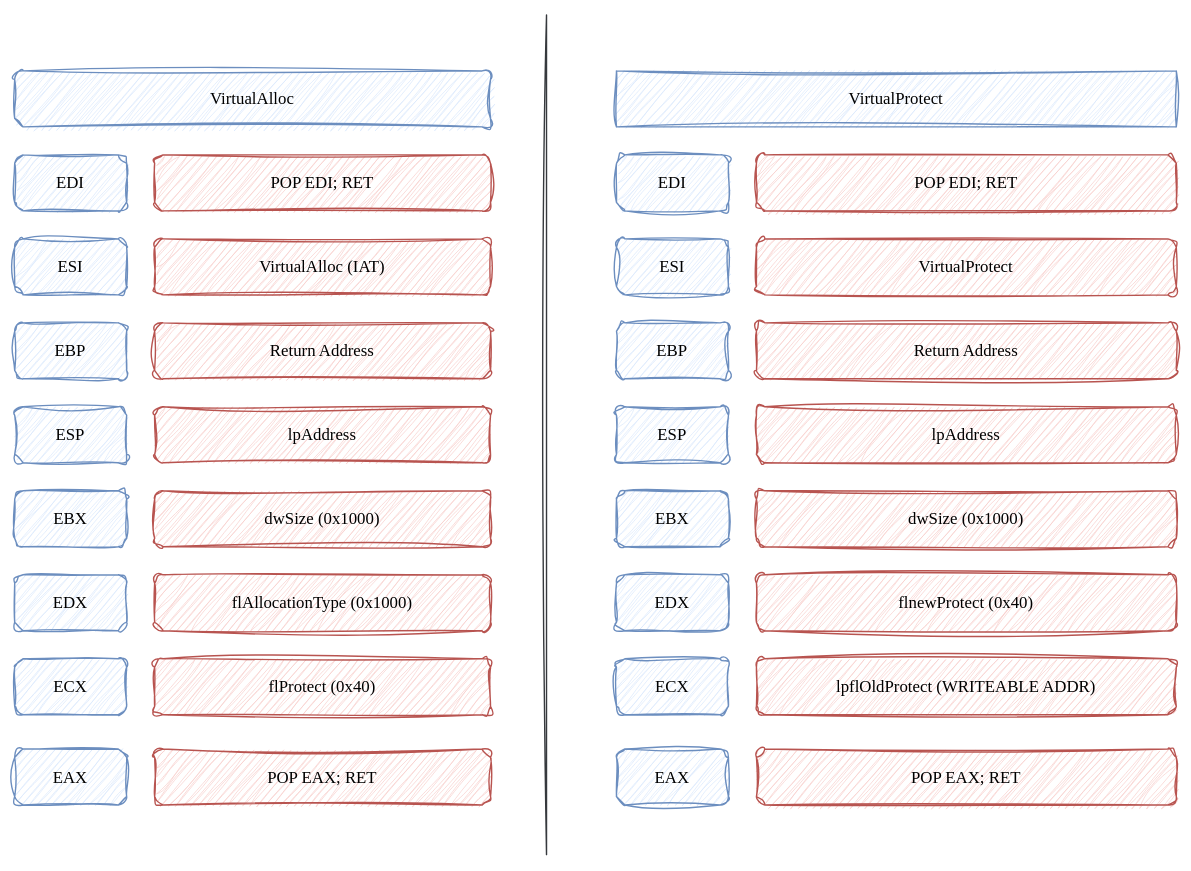
HusenjanDev/Quartz keeps this draw.io diagram as content/Projects/Exploit Development/Images/0007 Defeating-DEP-with-ROP-Chain-(Part-1)-02.svg. Above is the earlier version. Source tidied: cells renumbered, new cells last; positions are measured from the earlier drawing's top-left corner, leaving out a move shared by most shapes.
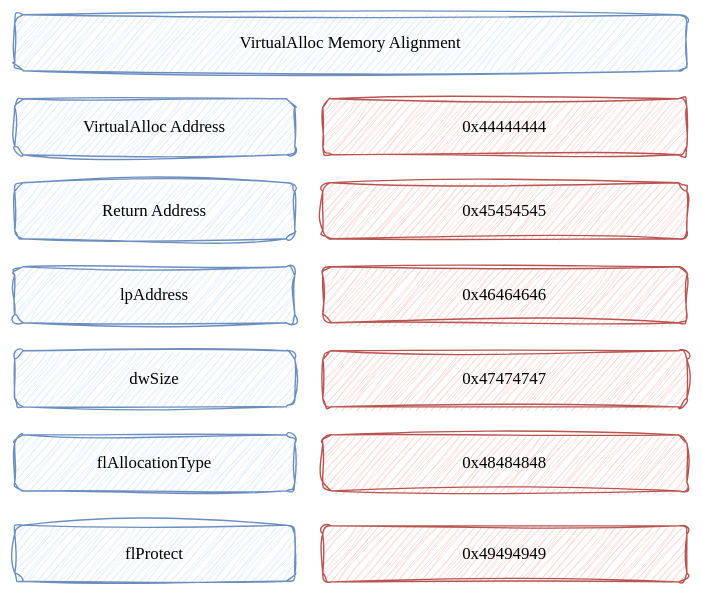
The same diagram one commit later.

What changed in the source:
```diff
@@ -2,113 +2,44 @@
   <root>
     <mxCell id="0" />
     <mxCell id="1" parent="0" />
-    <mxCell id="2" value="&lt;font face=&quot;Lucida Console&quot;&gt;VirtualAlloc (IAT)&lt;/font&gt;" style="rounded=1;whiteSpace=wrap;html=1;fillColor=#f8cecc;strokeColor=#b85450;sketch=1;curveFitting=1;jiggle=2;" parent="1" vertex="1">
-      <mxGeometry x="100" y="160" width="240" height="40" as="geometry" />
-    </mxCell>
-    <mxCell id="3" value="&lt;font face=&quot;Lucida Console&quot;&gt;Return Address&lt;/font&gt;" style="rounded=1;whiteSpace=wrap;html=1;fillColor=#f8cecc;strokeColor=#b85450;sketch=1;curveFitting=1;jiggle=2;" parent="1" vertex="1">
-      <mxGeometry x="100" y="220" width="240" height="40" as="geometry" />
-    </mxCell>
-    <mxCell id="4" value="&lt;font face=&quot;Lucida Console&quot;&gt;lpAddress&lt;/font&gt;" style="rounded=1;whiteSpace=wrap;html=1;fillColor=#f8cecc;strokeColor=#b85450;sketch=1;curveFitting=1;jiggle=2;" parent="1" vertex="1">
-      <mxGeometry x="100" y="280" width="240" height="40" as="geometry" />
-    </mxCell>
-    <mxCell id="5" value="&lt;font face=&quot;Lucida Console&quot;&gt;dwSize (0x1000)&lt;/font&gt;" style="rounded=1;whiteSpace=wrap;html=1;fillColor=#f8cecc;strokeColor=#b85450;sketch=1;curveFitting=1;jiggle=2;" parent="1" vertex="1">
-      <mxGeometry x="100" y="340" width="240" height="40" as="geometry" />
-    </mxCell>
-    <mxCell id="6" value="&lt;font face=&quot;Lucida Console&quot;&gt;flAllocationType (0x1000)&lt;/font&gt;" style="rounded=1;whiteSpace=wrap;html=1;fillColor=#f8cecc;strokeColor=#b85450;sketch=1;curveFitting=1;jiggle=2;" parent="1" vertex="1">
-      <mxGeometry x="100" y="400" width="240" height="40" as="geometry" />
-    </mxCell>
-    <mxCell id="7" value="&lt;font face=&quot;Lucida Console&quot;&gt;flProtect (0x40)&lt;/font&gt;" style="rounded=1;whiteSpace=wrap;html=1;fillColor=#f8cecc;strokeColor=#b85450;sketch=1;curveFitting=1;jiggle=2;" parent="1" vertex="1">
-      <mxGeometry x="100" y="460" width="240" height="40" as="geometry" />
-    </mxCell>
-    <mxCell id="8" value="&lt;font face=&quot;Lucida Console&quot;&gt;EDI&lt;/font&gt;" style="rounded=1;whiteSpace=wrap;html=1;fillColor=#dae8fc;strokeColor=#6c8ebf;sketch=1;curveFitting=1;jiggle=2;" parent="1" vertex="1">
-      <mxGeometry y="100" width="80" height="40" as="geometry" />
-    </mxCell>
-    <mxCell id="9" value="&lt;font face=&quot;Lucida Console&quot;&gt;POP EDI; RET&lt;/font&gt;" style="rounded=1;whiteSpace=wrap;html=1;fillColor=#f8cecc;strokeColor=#b85450;sketch=1;curveFitting=1;jiggle=2;" parent="1" vertex="1">
-      <mxGeometry x="100" y="100" width="240" height="40" as="geometry" />
-    </mxCell>
-    <mxCell id="10" value="&lt;font face=&quot;Lucida Console&quot;&gt;ESI&lt;/font&gt;" style="rounded=1;whiteSpace=wrap;html=1;fillColor=#dae8fc;strokeColor=#6c8ebf;sketch=1;curveFitting=1;jiggle=2;" parent="1" vertex="1">
-      <mxGeometry y="160" width="80" height="40" as="geometry" />
-    </mxCell>
-    <mxCell id="11" value="&lt;font face=&quot;Lucida Console&quot;&gt;EBP&lt;/font&gt;" style="rounded=1;whiteSpace=wrap;html=1;fillColor=#dae8fc;strokeColor=#6c8ebf;sketch=1;curveFitting=1;jiggle=2;" parent="1" vertex="1">
-      <mxGeometry y="220" width="80" height="40" as="geometry" />
-    </mxCell>
-    <mxCell id="12" value="&lt;font face=&quot;Lucida Console&quot;&gt;ESP&lt;/font&gt;" style="rounded=1;whiteSpace=wrap;html=1;fillColor=#dae8fc;strokeColor=#6c8ebf;sketch=1;curveFitting=1;jiggle=2;" parent="1" vertex="1">
-      <mxGeometry y="280" width="80" height="40" as="geometry" />
-    </mxCell>
-    <mxCell id="13" value="&lt;font face=&quot;Lucida Console&quot;&gt;EBX&lt;/font&gt;" style="rounded=1;whiteSpace=wrap;html=1;fillColor=#dae8fc;strokeColor=#6c8ebf;sketch=1;curveFitting=1;jiggle=2;" parent="1" vertex="1">
-      <mxGeometry y="340" width="80" height="40" as="geometry" />
-    </mxCell>
-    <mxCell id="14" value="&lt;font face=&quot;Lucida Console&quot;&gt;EDX&lt;/font&gt;" style="rounded=1;whiteSpace=wrap;html=1;fillColor=#dae8fc;strokeColor=#6c8ebf;sketch=1;curveFitting=1;jiggle=2;" parent="1" vertex="1">
-      <mxGeometry y="400" width="80" height="40" as="geometry" />
-    </mxCell>
-    <mxCell id="15" value="&lt;font face=&quot;Lucida Console&quot;&gt;ECX&lt;/font&gt;" style="rounded=1;whiteSpace=wrap;html=1;fillColor=#dae8fc;strokeColor=#6c8ebf;sketch=1;curveFitting=1;jiggle=2;" parent="1" vertex="1">
-      <mxGeometry y="460" width="80" height="40" as="geometry" />
-    </mxCell>
-    <mxCell id="16" value="&lt;font face=&quot;Lucida Console&quot;&gt;EAX&lt;/font&gt;" style="rounded=1;whiteSpace=wrap;html=1;fillColor=#dae8fc;strokeColor=#6c8ebf;sketch=1;curveFitting=1;jiggle=2;" parent="1" vertex="1">
-      <mxGeometry y="524.5" width="80" height="40" as="geometry" />
-    </mxCell>
-    <mxCell id="17" value="&lt;font face=&quot;Lucida Console&quot;&gt;POP EAX; RET&lt;/font&gt;" style="rounded=1;whiteSpace=wrap;html=1;fillColor=#f8cecc;strokeColor=#b85450;sketch=1;curveFitting=1;jiggle=2;" parent="1" vertex="1">
-      <mxGeometry x="100" y="524.5" width="240" height="40" as="geometry" />
-    </mxCell>
-    <mxCell id="18" value="&lt;font face=&quot;Lucida Console&quot;&gt;VirtualAlloc&lt;/font&gt;" style="rounded=1;whiteSpace=wrap;html=1;fillColor=#dae8fc;strokeColor=#6c8ebf;sketch=1;curveFitting=1;jiggle=2;" parent="1" vertex="1">
-      <mxGeometry y="40" width="340" height="40" as="geometry" />
-    </mxCell>
-    <mxCell id="19" value="&lt;font face=&quot;Lucida Console&quot;&gt;VirtualProtect&lt;/font&gt;" style="rounded=0;whiteSpace=wrap;html=1;fillColor=#dae8fc;strokeColor=#6c8ebf;sketch=1;curveFitting=1;jiggle=2;" parent="1" vertex="1">
-      <mxGeometry x="430" y="40" width="400" height="40" as="geometry" />
-    </mxCell>
-    <mxCell id="20" value="&lt;font face=&quot;Lucida Console&quot;&gt;VirtualProtect&lt;/font&gt;" style="rounded=1;whiteSpace=wrap;html=1;fillColor=#f8cecc;strokeColor=#b85450;sketch=1;curveFitting=1;jiggle=2;" parent="1" vertex="1">
-      <mxGeometry x="530" y="160" width="300" height="40" as="geometry" />
-    </mxCell>
-    <mxCell id="21" value="&lt;font face=&quot;Lucida Console&quot;&gt;Return Address&lt;/font&gt;" style="rounded=1;whiteSpace=wrap;html=1;fillColor=#f8cecc;strokeColor=#b85450;sketch=1;curveFitting=1;jiggle=2;" parent="1" vertex="1">
-      <mxGeometry x="530" y="220" width="300" height="40" as="geometry" />
-    </mxCell>
-    <mxCell id="22" value="&lt;font face=&quot;Lucida Console&quot;&gt;lpAddress&lt;/font&gt;" style="rounded=1;whiteSpace=wrap;html=1;fillColor=#f8cecc;strokeColor=#b85450;sketch=1;curveFitting=1;jiggle=2;" parent="1" vertex="1">
-      <mxGeometry x="530" y="280" width="300" height="40" as="geometry" />
-    </mxCell>
-    <mxCell id="23" value="&lt;font face=&quot;Lucida Console&quot;&gt;dwSize (0x1000)&lt;/font&gt;" style="rounded=1;whiteSpace=wrap;html=1;fillColor=#f8cecc;strokeColor=#b85450;sketch=1;curveFitting=1;jiggle=2;" parent="1" vertex="1">
-      <mxGeometry x="530" y="340" width="300" height="40" as="geometry" />
-    </mxCell>
-    <mxCell id="24" value="&lt;font face=&quot;Lucida Console&quot;&gt;flnewProtect (0x40)&lt;/font&gt;" style="rounded=1;whiteSpace=wrap;html=1;fillColor=#f8cecc;strokeColor=#b85450;sketch=1;curveFitting=1;jiggle=2;" parent="1" vertex="1">
-      <mxGeometry x="530" y="400" width="300" height="40" as="geometry" />
-    </mxCell>
-    <mxCell id="25" value="&lt;font face=&quot;Lucida Console&quot;&gt;lpflOldProtect (WRITEABLE ADDR)&lt;/font&gt;" style="rounded=1;whiteSpace=wrap;html=1;fillColor=#f8cecc;strokeColor=#b85450;sketch=1;curveFitting=1;jiggle=2;" parent="1" vertex="1">
-      <mxGeometry x="530" y="460" width="300" height="40" as="geometry" />
-    </mxCell>
-    <mxCell id="26" value="&lt;font face=&quot;Lucida Console&quot;&gt;EDI&lt;/font&gt;" style="rounded=1;whiteSpace=wrap;html=1;fillColor=#dae8fc;strokeColor=#6c8ebf;sketch=1;curveFitting=1;jiggle=2;" parent="1" vertex="1">
-      <mxGeometry x="430" y="100" width="80" height="40" as="geometry" />
-    </mxCell>
-    <mxCell id="27" value="&lt;font face=&quot;Lucida Console&quot;&gt;POP EDI; RET&lt;/font&gt;" style="rounded=1;whiteSpace=wrap;html=1;fillColor=#f8cecc;strokeColor=#b85450;sketch=1;curveFitting=1;jiggle=2;" parent="1" vertex="1">
-      <mxGeometry x="530" y="100" width="300" height="40" as="geometry" />
-    </mxCell>
-    <mxCell id="28" value="&lt;font face=&quot;Lucida Console&quot;&gt;ESI&lt;/font&gt;" style="rounded=1;whiteSpace=wrap;html=1;fillColor=#dae8fc;strokeColor=#6c8ebf;sketch=1;curveFitting=1;jiggle=2;" parent="1" vertex="1">
-      <mxGeometry x="430" y="160" width="80" height="40" as="geometry" />
-    </mxCell>
-    <mxCell id="29" value="&lt;font face=&quot;Lucida Console&quot;&gt;EBP&lt;/font&gt;" style="rounded=1;whiteSpace=wrap;html=1;fillColor=#dae8fc;strokeColor=#6c8ebf;sketch=1;curveFitting=1;jiggle=2;" parent="1" vertex="1">
-      <mxGeometry x="430" y="220" width="80" height="40" as="geometry" />
-    </mxCell>
-    <mxCell id="30" value="&lt;font face=&quot;Lucida Console&quot;&gt;ESP&lt;/font&gt;" style="rounded=1;whiteSpace=wrap;html=1;fillColor=#dae8fc;strokeColor=#6c8ebf;sketch=1;curveFitting=1;jiggle=2;" parent="1" vertex="1">
-      <mxGeometry x="430" y="280" width="80" height="40" as="geometry" />
-    </mxCell>
-    <mxCell id="31" value="&lt;font face=&quot;Lucida Console&quot;&gt;EBX&lt;/font&gt;" style="rounded=1;whiteSpace=wrap;html=1;fillColor=#dae8fc;strokeColor=#6c8ebf;sketch=1;curveFitting=1;jiggle=2;" parent="1" vertex="1">
-      <mxGeometry x="430" y="340" width="80" height="40" as="geometry" />
-    </mxCell>
-    <mxCell id="32" value="&lt;font face=&quot;Lucida Console&quot;&gt;EDX&lt;/font&gt;" style="rounded=1;whiteSpace=wrap;html=1;fillColor=#dae8fc;strokeColor=#6c8ebf;sketch=1;curveFitting=1;jiggle=2;" parent="1" vertex="1">
-      <mxGeometry x="430" y="400" width="80" height="40" as="geometry" />
-    </mxCell>
-    <mxCell id="33" value="&lt;font face=&quot;Lucida Console&quot;&gt;ECX&lt;/font&gt;" style="rounded=1;whiteSpace=wrap;html=1;fillColor=#dae8fc;strokeColor=#6c8ebf;sketch=1;curveFitting=1;jiggle=2;" parent="1" vertex="1">
-      <mxGeometry x="430" y="460" width="80" height="40" as="geometry" />
-    </mxCell>
-    <mxCell id="34" value="&lt;font face=&quot;Lucida Console&quot;&gt;EAX&lt;/font&gt;" style="rounded=1;whiteSpace=wrap;html=1;fillColor=#dae8fc;strokeColor=#6c8ebf;sketch=1;curveFitting=1;jiggle=2;" parent="1" vertex="1">
-      <mxGeometry x="430" y="524.5" width="80" height="40" as="geometry" />
-    </mxCell>
-    <mxCell id="35" value="&lt;font face=&quot;Lucida Console&quot;&gt;POP EAX; RET&lt;/font&gt;" style="rounded=1;whiteSpace=wrap;html=1;fillColor=#f8cecc;strokeColor=#b85450;sketch=1;curveFitting=1;jiggle=2;" parent="1" vertex="1">
-      <mxGeometry x="530" y="524.5" width="300" height="40" as="geometry" />
-    </mxCell>
-    <mxCell id="36" style="endArrow=none;html=1;rounded=0;fillColor=#eeeeee;strokeColor=#36393d;sketch=1;curveFitting=1;jiggle=2;" parent="1" edge="1">
-      <mxGeometry relative="1" as="geometry">
-        <mxPoint x="380" y="600" as="sourcePoint" />
-        <mxPoint x="380" as="targetPoint" />
-      </mxGeometry>
-    </mxCell>
+    <mxCell id="37" value="&lt;font face=&quot;Lucida Console&quot;&gt;VirtualAlloc Memory Alignment&lt;/font&gt;" style="rounded=1;whiteSpace=wrap;html=1;fillColor=#dae8fc;strokeColor=#6c8ebf;sketch=1;curveFitting=1;jiggle=2;" parent="1" vertex="1">
+      <mxGeometry x="140" y="160" width="480" height="40" as="geometry" />
+    </mxCell>
+    <mxCell id="38" value="&lt;font face=&quot;Lucida Console&quot;&gt;VirtualAlloc Address&lt;/font&gt;" style="rounded=1;whiteSpace=wrap;html=1;sketch=1;curveFitting=1;jiggle=2;fillColor=#dae8fc;strokeColor=#6c8ebf;" parent="1" vertex="1">
+      <mxGeometry x="140" y="220" width="200" height="40" as="geometry" />
+    </mxCell>
+    <mxCell id="39" value="&lt;font face=&quot;Lucida Console&quot;&gt;Return Address&lt;/font&gt;" style="rounded=1;whiteSpace=wrap;html=1;sketch=1;curveFitting=1;jiggle=2;fillColor=#dae8fc;strokeColor=#6c8ebf;" parent="1" vertex="1">
+      <mxGeometry x="140" y="280" width="200" height="40" as="geometry" />
+    </mxCell>
+    <mxCell id="40" value="&lt;font face=&quot;Lucida Console&quot;&gt;lpAddress&lt;/font&gt;" style="rounded=1;whiteSpace=wrap;html=1;sketch=1;curveFitting=1;jiggle=2;fillColor=#dae8fc;strokeColor=#6c8ebf;" parent="1" vertex="1">
+      <mxGeometry x="140" y="340" width="200" height="40" as="geometry" />
+    </mxCell>
+    <mxCell id="41" value="&lt;font face=&quot;Lucida Console&quot;&gt;dwSize&lt;/font&gt;" style="rounded=1;whiteSpace=wrap;html=1;sketch=1;curveFitting=1;jiggle=2;fillColor=#dae8fc;strokeColor=#6c8ebf;" parent="1" vertex="1">
+      <mxGeometry x="140" y="400" width="200" height="40" as="geometry" />
+    </mxCell>
+    <mxCell id="42" value="&lt;font face=&quot;Lucida Console&quot;&gt;flAllocationType&lt;/font&gt;" style="rounded=1;whiteSpace=wrap;html=1;sketch=1;curveFitting=1;jiggle=2;fillColor=#dae8fc;strokeColor=#6c8ebf;" parent="1" vertex="1">
+      <mxGeometry x="140" y="460" width="200" height="40" as="geometry" />
+    </mxCell>
+    <mxCell id="43" value="&lt;font face=&quot;Lucida Console&quot;&gt;flProtect&lt;/font&gt;" style="rounded=1;whiteSpace=wrap;html=1;sketch=1;curveFitting=1;jiggle=2;fillColor=#dae8fc;strokeColor=#6c8ebf;" parent="1" vertex="1">
+      <mxGeometry x="140" y="524.5" width="200" height="40" as="geometry" />
+    </mxCell>
+    <mxCell id="44" value="&lt;font face=&quot;Lucida Console&quot;&gt;0x44444444&lt;/font&gt;" style="rounded=1;whiteSpace=wrap;html=1;sketch=1;curveFitting=1;jiggle=2;fillColor=#f8cecc;strokeColor=#b85450;" parent="1" vertex="1">
+      <mxGeometry x="360" y="220" width="260" height="40" as="geometry" />
+    </mxCell>
+    <mxCell id="45" value="&lt;font face=&quot;Lucida Console&quot;&gt;0x45454545&lt;/font&gt;" style="rounded=1;whiteSpace=wrap;html=1;sketch=1;curveFitting=1;jiggle=2;fillColor=#f8cecc;strokeColor=#b85450;" parent="1" vertex="1">
+      <mxGeometry x="360" y="280" width="260" height="40" as="geometry" />
+    </mxCell>
+    <mxCell id="46" value="&lt;font face=&quot;Lucida Console&quot;&gt;0x46464646&lt;/font&gt;" style="rounded=1;whiteSpace=wrap;html=1;sketch=1;curveFitting=1;jiggle=2;fillColor=#f8cecc;strokeColor=#b85450;" parent="1" vertex="1">
+      <mxGeometry x="360" y="340" width="260" height="40" as="geometry" />
+    </mxCell>
+    <mxCell id="47" value="&lt;font face=&quot;Lucida Console&quot;&gt;0x47474747&lt;/font&gt;" style="rounded=1;whiteSpace=wrap;html=1;sketch=1;curveFitting=1;jiggle=2;fillColor=#f8cecc;strokeColor=#b85450;" parent="1" vertex="1">
+      <mxGeometry x="360" y="400" width="260" height="40" as="geometry" />
+    </mxCell>
+    <mxCell id="48" value="&lt;font face=&quot;Lucida Console&quot;&gt;0x48484848&lt;/font&gt;" style="rounded=1;whiteSpace=wrap;html=1;sketch=1;curveFitting=1;jiggle=2;fillColor=#f8cecc;strokeColor=#b85450;" parent="1" vertex="1">
+      <mxGeometry x="360" y="460" width="260" height="40" as="geometry" />
+    </mxCell>
+    <mxCell id="49" value="&lt;font face=&quot;Lucida Console&quot;&gt;0x49494949&lt;/font&gt;" style="rounded=1;whiteSpace=wrap;html=1;sketch=1;curveFitting=1;jiggle=2;fillColor=#f8cecc;strokeColor=#b85450;" parent="1" vertex="1">
+      <mxGeometry x="360" y="525" width="260" height="40" as="geometry" />
+    </mxCell>
   </root>
 </mxGraphModel>
```
